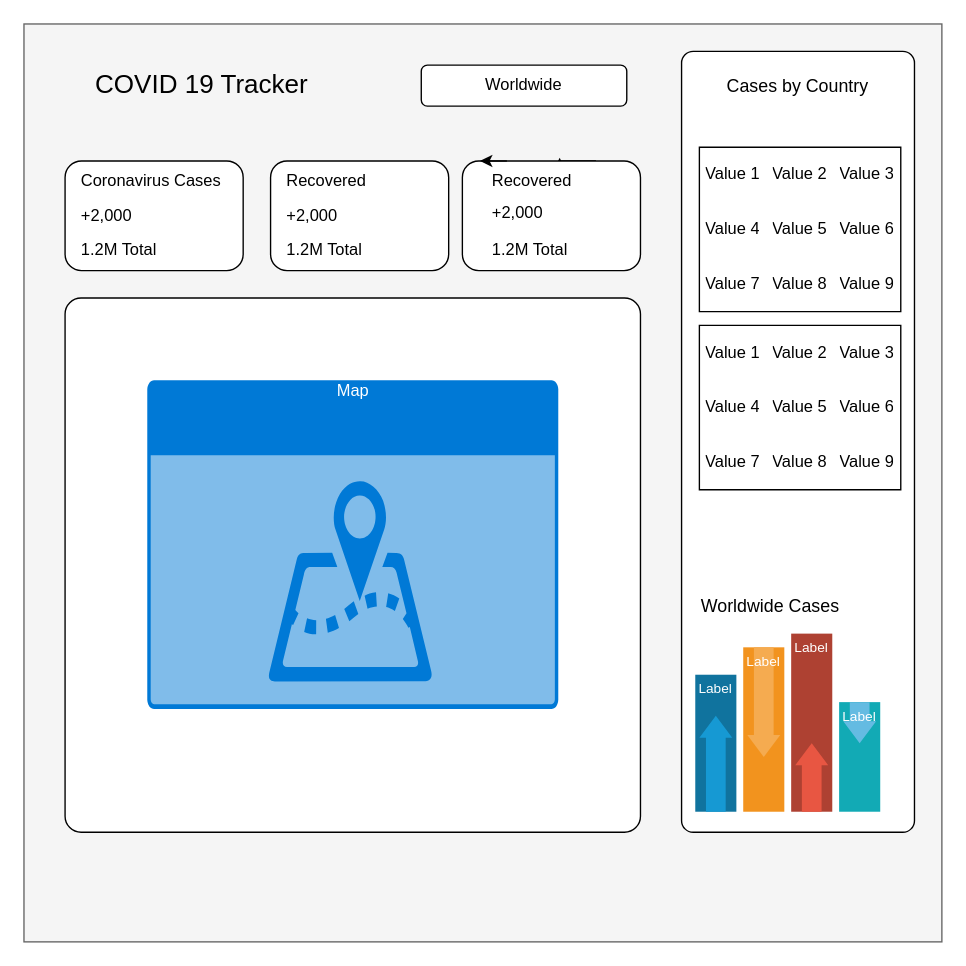
Before: COVID Tracker.drawio in MsAPotter/COVIDTracker, a draw.io diagram. Source tidied: cells renumbered, new cells numbered last; positions are measured from the earlier drawing's top-left corner, leaving out a move shared by most shapes. Both pictures are drawn from the tidied source at 137%, with x=0, y=0 at pixel (23, 23).
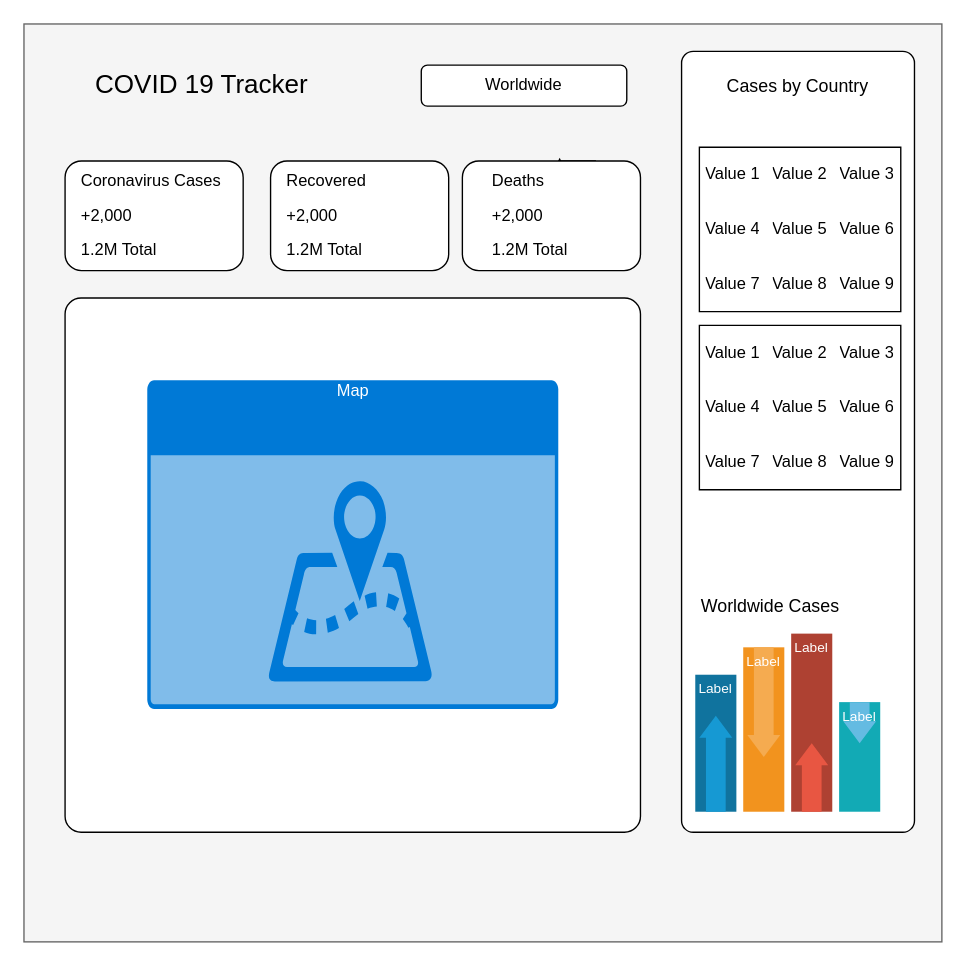
After the change.

The change refers to these unchanged cells:
```xml
<mxCell id="16" style="rounded=1;whiteSpace=wrap;html=1;fontSize=12;" parent="1" vertex="1">
  <mxGeometry x="320" y="100" width="130" height="80" as="geometry" />
</mxCell>
```

What changed in the source:
```diff
@@
-    <mxCell id="17" value="Recovered" style="text;html=1;strokeColor=none;fillColor=none;align=left;verticalAlign=middle;whiteSpace=wrap;rounded=0;fontSize=12;" parent="1" vertex="1">
+    <mxCell id="17" value="Deaths" style="text;html=1;strokeColor=none;fillColor=none;align=left;verticalAlign=middle;whiteSpace=wrap;rounded=0;fontSize=12;" parent="1" vertex="1">
       <mxGeometry x="340" y="100" width="90" height="30" as="geometry" />
     </mxCell>
     <mxCell id="18" value="+2,000" style="text;html=1;strokeColor=none;fillColor=none;align=left;verticalAlign=middle;whiteSpace=wrap;rounded=0;fontSize=12;" parent="1" vertex="1">
-      <mxGeometry x="340" y="125" width="60" height="25" as="geometry" />
+      <mxGeometry x="340" y="127.5" width="60" height="25" as="geometry" />
     </mxCell>
@@
-    <mxCell id="20" style="edgeStyle=orthogonalEdgeStyle;rounded=0;orthogonalLoop=1;jettySize=auto;html=1;exitX=0.25;exitY=0;exitDx=0;exitDy=0;entryX=0.099;entryY=0.002;entryDx=0;entryDy=0;entryPerimeter=0;fontSize=19;" parent="1" edge="1" source="16" target="16">
-      <mxGeometry relative="1" as="geometry" />
-    </mxCell>
```
